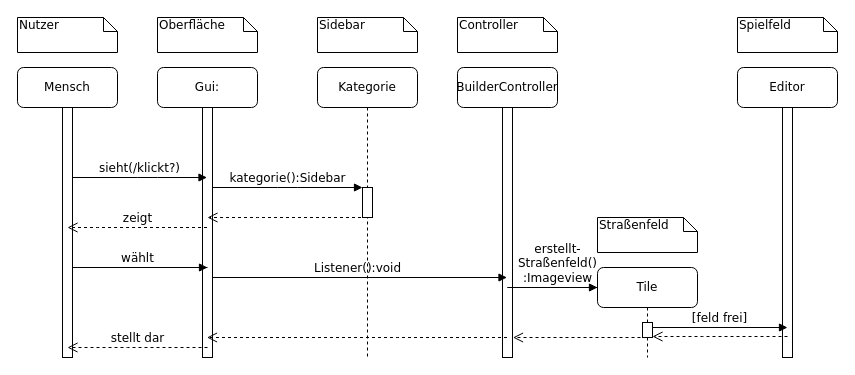
Above: SequenzdiagrammSFplatzieren.drawio in fefuhr/SWT (draw.io), before the change. Source tidied: cells renumbered, new cells numbered last; positions are measured from the earlier drawing's top-left corner, leaving out a move shared by most shapes. Both pictures are drawn from the tidied source at 100%, with x=0, y=0 at pixel (17, 17).
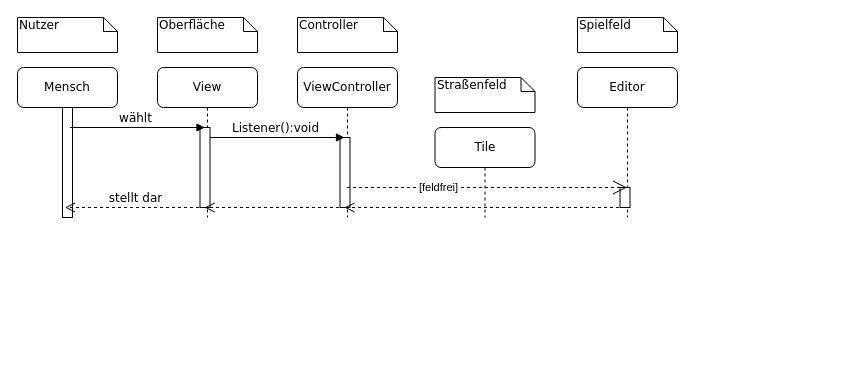
The same page after the edit.

What changed in the source:
```diff
@@
-    <mxCell id="2" value="Gui:" style="shape=umlLifeline;perimeter=lifelinePerimeter;whiteSpace=wrap;html=1;outlineConnect=0;rounded=1;shadow=0;comic=0;labelBackgroundColor=none;strokeWidth=1;fontFamily=Verdana;fontSize=12;align=center;" parent="1" vertex="1">
-      <mxGeometry x="140" y="50" width="100" height="290" as="geometry" />
+    <mxCell id="2" value="View" style="shape=umlLifeline;perimeter=lifelinePerimeter;whiteSpace=wrap;html=1;outlineConnect=0;rounded=1;shadow=0;comic=0;labelBackgroundColor=none;strokeWidth=1;fontFamily=Verdana;fontSize=12;align=center;" parent="1" vertex="1">
+      <mxGeometry x="140" y="50" width="100" height="150" as="geometry" />
     </mxCell>
     <mxCell id="3" style="html=1;points=[];perimeter=orthogonalPerimeter;rounded=0;shadow=0;comic=0;labelBackgroundColor=none;strokeWidth=1;fontFamily=Verdana;fontSize=12;align=center;" parent="2" vertex="1">
-      <mxGeometry x="45" y="40" width="10" height="250" as="geometry" />
+      <mxGeometry x="42.5" y="60" width="10" height="80" as="geometry" />
     </mxCell>
-    <mxCell id="4" value="Kategorie" style="shape=umlLifeline;perimeter=lifelinePerimeter;whiteSpace=wrap;html=1;outlineConnect=0;rounded=1;shadow=0;comic=0;labelBackgroundColor=none;strokeWidth=1;fontFamily=Verdana;fontSize=12;align=center;" parent="1" vertex="1">
-      <mxGeometry x="300" y="50" width="100" height="290" as="geometry" />
-    </mxCell>
-    <mxCell id="5" style="html=1;points=[];perimeter=orthogonalPerimeter;rounded=0;shadow=0;comic=0;labelBackgroundColor=none;strokeWidth=1;fontFamily=Verdana;fontSize=12;align=center;" parent="4" vertex="1">
-      <mxGeometry x="45" y="120" width="10" height="30" as="geometry" />
-    </mxCell>
-    <mxCell id="6" value="BuilderController" style="shape=umlLifeline;perimeter=lifelinePerimeter;whiteSpace=wrap;html=1;outlineConnect=0;rounded=1;shadow=0;comic=0;labelBackgroundColor=none;strokeWidth=1;fontFamily=Verdana;fontSize=12;align=center;" parent="1" vertex="1">
-      <mxGeometry x="440" y="50" width="100" height="290" as="geometry" />
+    <mxCell id="6" value="ViewController" style="shape=umlLifeline;perimeter=lifelinePerimeter;whiteSpace=wrap;html=1;outlineConnect=0;rounded=1;shadow=0;comic=0;labelBackgroundColor=none;strokeWidth=1;fontFamily=Verdana;fontSize=12;align=center;" parent="1" vertex="1">
+      <mxGeometry x="280" y="50" width="100" height="150" as="geometry" />
     </mxCell>
     <mxCell id="7" style="html=1;perimeter=orthogonalPerimeter;rounded=0;shadow=0;comic=0;labelBackgroundColor=none;strokeWidth=1;fontFamily=Verdana;fontSize=12;align=center;" parent="6" vertex="1">
-      <mxGeometry x="45" y="40" width="10" height="250" as="geometry" />
+      <mxGeometry x="42.5" y="70" width="10" height="70" as="geometry" />
     </mxCell>
     <mxCell id="8" value="Tile" style="shape=umlLifeline;perimeter=lifelinePerimeter;whiteSpace=wrap;html=1;rounded=1;shadow=0;comic=0;labelBackgroundColor=none;strokeWidth=1;fontFamily=Verdana;fontSize=12;align=center;" parent="1" vertex="1">
-      <mxGeometry x="580" y="250" width="100" height="90" as="geometry" />
+      <mxGeometry x="417.5" y="110" width="100" height="90" as="geometry" />
     </mxCell>
     <mxCell id="9" value="Editor" style="shape=umlLifeline;perimeter=lifelinePerimeter;whiteSpace=wrap;html=1;outlineConnect=0;rounded=1;shadow=0;comic=0;labelBackgroundColor=none;strokeWidth=1;fontFamily=Verdana;fontSize=12;align=center;" parent="1" vertex="1">
-      <mxGeometry x="720" y="50" width="100" height="290" as="geometry" />
+      <mxGeometry x="560" y="50" width="100" height="150" as="geometry" />
     </mxCell>
     <mxCell id="10" style="html=1;points=[];perimeter=orthogonalPerimeter;rounded=0;shadow=0;comic=0;labelBackgroundColor=none;strokeWidth=1;fontFamily=Verdana;fontSize=12;align=center;" parent="9" vertex="1">
-      <mxGeometry x="45" y="40" width="10" height="250" as="geometry" />
+      <mxGeometry x="42.5" y="120" width="10" height="20" as="geometry" />
     </mxCell>
     <mxCell id="11" value="&lt;div&gt;Mensch&lt;br&gt;&lt;/div&gt;" style="shape=umlLifeline;perimeter=lifelinePerimeter;whiteSpace=wrap;html=1;rounded=1;shadow=0;comic=0;labelBackgroundColor=none;strokeWidth=1;fontFamily=Verdana;fontSize=12;align=center;" parent="1" vertex="1">
-      <mxGeometry y="50" width="100" height="290" as="geometry" />
+      <mxGeometry y="50" width="100" height="150" as="geometry" />
     </mxCell>
     <mxCell id="12" style="html=1;points=[];perimeter=orthogonalPerimeter;rounded=0;shadow=0;comic=0;labelBackgroundColor=none;strokeWidth=1;fontFamily=Verdana;fontSize=12;align=center;" parent="11" vertex="1">
-      <mxGeometry x="45" y="40" width="10" height="250" as="geometry" />
+      <mxGeometry x="45" y="40" width="10" height="110" as="geometry" />
     </mxCell>
     <mxCell id="13" value="wählt" style="html=1;verticalAlign=bottom;endArrow=block;labelBackgroundColor=none;fontFamily=Verdana;fontSize=12;edgeStyle=elbowEdgeStyle;elbow=vertical;" parent="1" edge="1">
       <mxGeometry x="-0.5" relative="1" as="geometry">
-        <mxPoint x="190" y="250" as="sourcePoint" />
-        <mxPoint x="190" y="250" as="targetPoint" />
+        <mxPoint x="187.5" y="110" as="sourcePoint" />
+        <mxPoint x="187.5" y="110" as="targetPoint" />
         <Array as="points">
-          <mxPoint x="50" y="250" />
-          <mxPoint x="360" y="240" />
+          <mxPoint x="47.5" y="110" />
+          <mxPoint x="357.5" y="100" />
         </Array>
       </mxGeometry>
     </mxCell>
-    <mxCell id="14" value="sieht(/klickt?)" style="html=1;verticalAlign=bottom;endArrow=block;labelBackgroundColor=none;fontFamily=Verdana;fontSize=12;edgeStyle=elbowEdgeStyle;elbow=vertical;" parent="1" edge="1" source="12" target="2">
-      <mxGeometry relative="1" as="geometry">
-        <Array as="points">
-          <mxPoint x="130" y="160" />
-          <mxPoint x="160" y="150" />
-          <mxPoint x="150" y="150" />
-        </Array>
-      </mxGeometry>
-    </mxCell>
-    <mxCell id="15" value="kategorie():Sidebar" style="html=1;verticalAlign=bottom;endArrow=block;entryX=0;entryY=0;labelBackgroundColor=none;fontFamily=Verdana;fontSize=12;edgeStyle=elbowEdgeStyle;elbow=vertical;" parent="1" edge="1" source="3" target="5">
-      <mxGeometry relative="1" as="geometry" />
-    </mxCell>
@@
-    <mxCell id="18" value="Sidebar" style="shape=note;whiteSpace=wrap;html=1;size=14;verticalAlign=top;align=left;spacingTop=-6;rounded=0;shadow=0;comic=0;labelBackgroundColor=none;strokeWidth=1;fontFamily=Verdana;fontSize=12;" parent="1" vertex="1">
-      <mxGeometry x="300" width="100" height="35" as="geometry" />
-    </mxCell>
     <mxCell id="19" value="Controller" style="shape=note;whiteSpace=wrap;html=1;size=14;verticalAlign=top;align=left;spacingTop=-6;rounded=0;shadow=0;comic=0;labelBackgroundColor=none;strokeWidth=1;fontFamily=Verdana;fontSize=12;" parent="1" vertex="1">
-      <mxGeometry x="440" width="100" height="35" as="geometry" />
+      <mxGeometry x="280" width="100" height="35" as="geometry" />
     </mxCell>
     <mxCell id="20" value="Straßenfeld" style="shape=note;whiteSpace=wrap;html=1;size=14;verticalAlign=top;align=left;spacingTop=-6;rounded=0;shadow=0;comic=0;labelBackgroundColor=none;strokeWidth=1;fontFamily=Verdana;fontSize=12;" parent="1" vertex="1">
-      <mxGeometry x="580" y="200" width="100" height="35" as="geometry" />
+      <mxGeometry x="417.5" y="60" width="100" height="35" as="geometry" />
     </mxCell>
     <mxCell id="21" value="Spielfeld" style="shape=note;whiteSpace=wrap;html=1;size=14;verticalAlign=top;align=left;spacingTop=-6;rounded=0;shadow=0;comic=0;labelBackgroundColor=none;strokeWidth=1;fontFamily=Verdana;fontSize=12;" parent="1" vertex="1">
-      <mxGeometry x="720" width="100" height="35" as="geometry" />
+      <mxGeometry x="560" width="100" height="35" as="geometry" />
     </mxCell>
-    <mxCell id="22" style="html=1;verticalAlign=bottom;endArrow=open;dashed=1;endSize=8;labelBackgroundColor=none;fontFamily=Verdana;fontSize=12;edgeStyle=elbowEdgeStyle;elbow=vertical;" parent="1" edge="1" source="4">
-      <mxGeometry relative="1" as="geometry">
-        <mxPoint x="190" y="200" as="targetPoint" />
-        <Array as="points">
-          <mxPoint x="250" y="200" />
-          <mxPoint x="275" y="190" />
-          <mxPoint x="305" y="190" />
-        </Array>
-      </mxGeometry>
-    </mxCell>
-    <mxCell id="23" value="zeigt" style="html=1;verticalAlign=bottom;endArrow=open;dashed=1;endSize=8;labelBackgroundColor=none;fontFamily=Verdana;fontSize=12;edgeStyle=elbowEdgeStyle;elbow=vertical;" parent="1" edge="1">
-      <mxGeometry relative="1" as="geometry">
-        <mxPoint x="189.5" y="210" as="sourcePoint" />
-        <mxPoint x="50" y="210" as="targetPoint" />
-        <Array as="points">
-          <mxPoint x="90" y="210" />
-          <mxPoint x="115" y="200" />
-          <mxPoint x="145" y="200" />
-        </Array>
-      </mxGeometry>
-    </mxCell>
-    <mxCell id="24" value="Listener():void" style="html=1;verticalAlign=bottom;endArrow=block;labelBackgroundColor=none;fontFamily=Verdana;fontSize=12;edgeStyle=elbowEdgeStyle;elbow=vertical;" parent="1" edge="1" target="6">
-      <mxGeometry x="0.32" relative="1" as="geometry">
-        <mxPoint x="330" y="260" as="sourcePoint" />
+    <mxCell id="24" value="Listener():void" style="html=1;verticalAlign=bottom;endArrow=block;labelBackgroundColor=none;fontFamily=Verdana;fontSize=12;edgeStyle=elbowEdgeStyle;elbow=vertical;" parent="1" edge="1">
+      <mxGeometry x="-0.5" relative="1" as="geometry">
+        <mxPoint x="327.5" y="120" as="sourcePoint" />
+        <mxPoint x="327" y="120" as="targetPoint" />
         <Array as="points">
-          <mxPoint x="190" y="260" />
-          <mxPoint x="500" y="250" />
+          <mxPoint x="187.5" y="120" />
+          <mxPoint x="497.5" y="110" />
         </Array>
       </mxGeometry>
     </mxCell>
-    <mxCell id="25" value="&lt;div&gt;erstellt-&lt;/div&gt;&lt;div&gt;Straßenfeld()&lt;/div&gt;&lt;div&gt;:Imageview&lt;/div&gt;" style="html=1;verticalAlign=bottom;endArrow=block;labelBackgroundColor=none;fontFamily=Verdana;fontSize=12;edgeStyle=elbowEdgeStyle;elbow=vertical;" parent="1" edge="1">
-      <mxGeometry x="-0.58" relative="1" as="geometry">
-        <mxPoint x="580" y="270" as="sourcePoint" />
-        <mxPoint x="580" y="270" as="targetPoint" />
-        <Array as="points">
-          <mxPoint x="485" y="270" />
-          <mxPoint x="795" y="260" />
-        </Array>
-      </mxGeometry>
-    </mxCell>
-    <mxCell id="26" value="[feld frei]" style="html=1;verticalAlign=bottom;endArrow=block;labelBackgroundColor=none;fontFamily=Verdana;fontSize=12;edgeStyle=elbowEdgeStyle;elbow=vertical;" parent="1" edge="1">
-      <mxGeometry x="-0.54" relative="1" as="geometry">
-        <mxPoint x="765" y="310" as="sourcePoint" />
-        <mxPoint x="770" y="310" as="targetPoint" />
-        <Array as="points">
-          <mxPoint x="630" y="310" />
-          <mxPoint x="935" y="300" />
-        </Array>
-      </mxGeometry>
-    </mxCell>
-    <mxCell id="27" style="html=1;verticalAlign=bottom;endArrow=open;dashed=1;endSize=8;labelBackgroundColor=none;fontFamily=Verdana;fontSize=12;edgeStyle=elbowEdgeStyle;elbow=vertical;" parent="1" edge="1">
-      <mxGeometry relative="1" as="geometry">
-        <mxPoint x="635" y="320" as="sourcePoint" />
-        <mxPoint x="495.5" y="320" as="targetPoint" />
-        <Array as="points">
-          <mxPoint x="535.5" y="320" />
-          <mxPoint x="560.5" y="310" />
-          <mxPoint x="590.5" y="310" />
-        </Array>
-      </mxGeometry>
-    </mxCell>
-    <mxCell id="28" style="html=1;verticalAlign=bottom;endArrow=open;dashed=1;endSize=8;labelBackgroundColor=none;fontFamily=Verdana;fontSize=12;edgeStyle=elbowEdgeStyle;elbow=vertical;" parent="1" edge="1" target="2">
-      <mxGeometry relative="1" as="geometry">
-        <mxPoint x="489.5" y="320" as="sourcePoint" />
-        <Array as="points">
-          <mxPoint x="390" y="320" />
-          <mxPoint x="415" y="310" />
-          <mxPoint x="445" y="310" />
-        </Array>
-      </mxGeometry>
-    </mxCell>
     <mxCell id="29" value="stellt dar" style="html=1;verticalAlign=bottom;endArrow=open;dashed=1;endSize=8;labelBackgroundColor=none;fontFamily=Verdana;fontSize=12;edgeStyle=elbowEdgeStyle;elbow=vertical;" parent="1" edge="1">
       <mxGeometry relative="1" as="geometry">
-        <mxPoint x="190" y="330" as="sourcePoint" />
-        <mxPoint x="50" y="330" as="targetPoint" />
+        <mxPoint x="187.5" y="190" as="sourcePoint" />
+        <mxPoint x="47.5" y="190" as="targetPoint" />
         <Array as="points">
-          <mxPoint x="120" y="330" />
-          <mxPoint x="305.5" y="320" />
+          <mxPoint x="117.5" y="190" />
+          <mxPoint x="303" y="180" />
         </Array>
       </mxGeometry>
     </mxCell>
-    <mxCell id="30" style="html=1;perimeter=orthogonalPerimeter;rounded=0;shadow=0;comic=0;labelBackgroundColor=none;strokeWidth=1;fontFamily=Verdana;fontSize=12;align=center;" parent="1" vertex="1">
-      <mxGeometry x="625" y="305" width="10" height="15" as="geometry" />
-    </mxCell>
-    <mxCell id="31" style="html=1;verticalAlign=bottom;endArrow=open;dashed=1;endSize=8;labelBackgroundColor=none;fontFamily=Verdana;fontSize=12;edgeStyle=elbowEdgeStyle;elbow=vertical;exitX=0.5;exitY=0.916;exitDx=0;exitDy=0;exitPerimeter=0;" parent="1" edge="1" source="10">
-      <mxGeometry relative="1" as="geometry">
-        <mxPoint x="635" y="319" as="targetPoint" />
-        <Array as="points">
-          <mxPoint x="675" y="319" />
-          <mxPoint x="700" y="309" />
-          <mxPoint x="730" y="309" />
-        </Array>
-      </mxGeometry>
-    </mxCell>
+    <mxCell id="32" style="html=1;verticalAlign=bottom;endArrow=open;dashed=1;endSize=8;" parent="1" edge="1">
+      <mxGeometry relative="1" as="geometry">
+        <mxPoint x="607.5" y="190" as="sourcePoint" />
+        <mxPoint x="327" y="190" as="targetPoint" />
+      </mxGeometry>
+    </mxCell>
+    <mxCell id="33" style="html=1;verticalAlign=bottom;endArrow=open;dashed=1;endSize=8;" parent="1" edge="1">
+      <mxGeometry relative="1" as="geometry">
+        <mxPoint x="327.5" y="190" as="sourcePoint" />
+        <mxPoint x="187.2" y="190" as="targetPoint" />
+      </mxGeometry>
+    </mxCell>
+    <mxCell id="34" value="[feldfrei]" style="endArrow=open;endSize=12;dashed=1;html=1;strokeColor=#000000;strokeWidth=1;" parent="1" edge="1" source="6" target="9">
+      <mxGeometry x="0.43" y="-110" relative="1" as="geometry">
+        <Array as="points">
+          <mxPoint x="530" y="170" />
+        </Array>
+        <mxPoint x="-109" y="-110" as="offset" />
+      </mxGeometry>
+    </mxCell>
```
